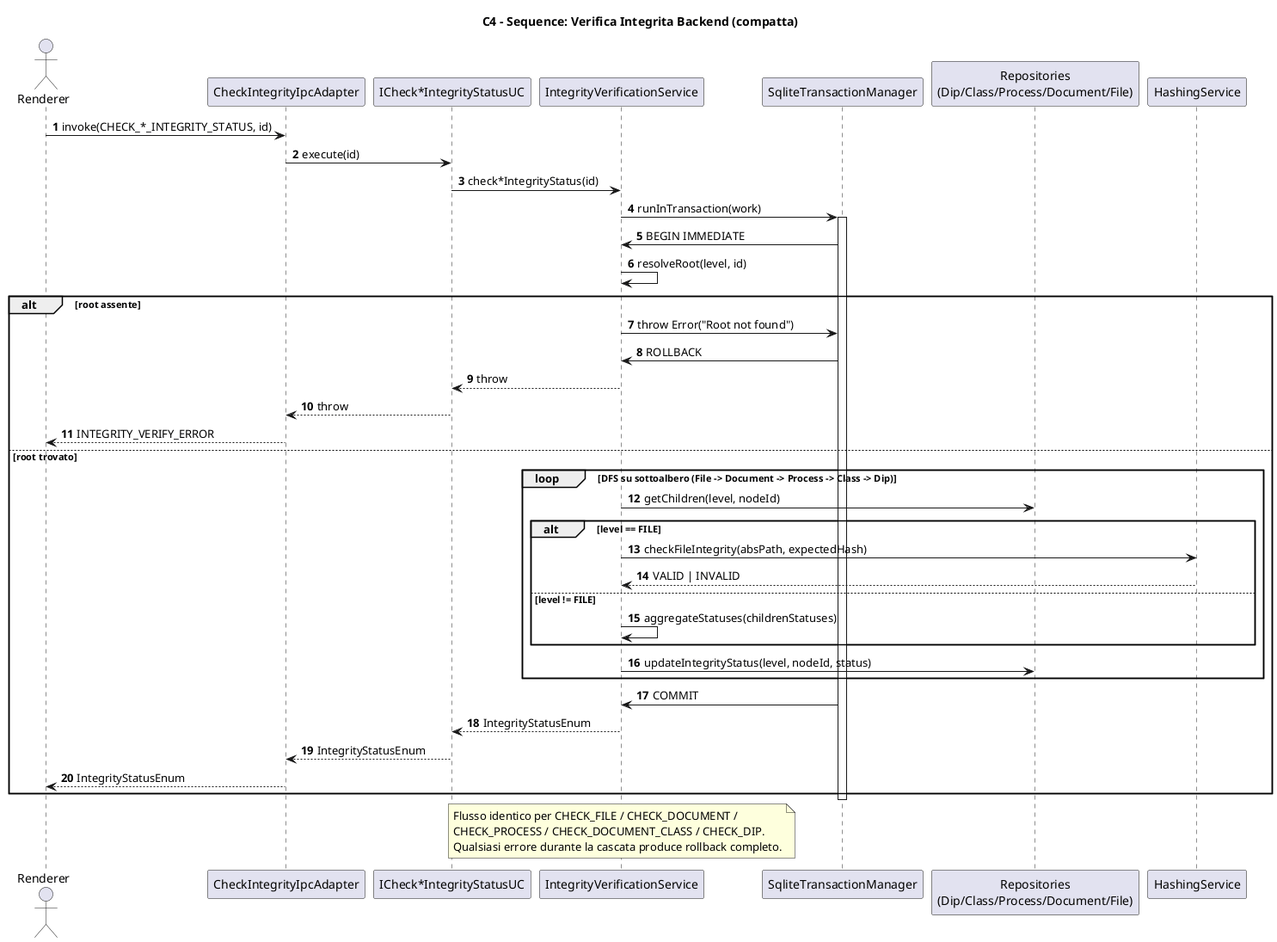
Before: assets/outDiagrammiST/C4_Integrity_Verification_Sequence.png, a diagram exported from PlantUML (7-ZPUs/Docs). Source of this version:
```plantuml
@startuml C4_Integrity_Verification_Sequence

title C4 - Sequence: Verifica Integrita Backend (compatta)

autonumber

actor Renderer
participant "CheckIntegrityIpcAdapter" as Adapter
participant "ICheck*IntegrityStatusUC" as UseCase
participant "IntegrityVerificationService" as Service
participant "SqliteTransactionManager" as Tx
participant "Repositories\n(Dip/Class/Process/Document/File)" as Repos
participant "HashingService" as Hash

Renderer -> Adapter: invoke(CHECK_*_INTEGRITY_STATUS, id)
Adapter -> UseCase: execute(id)
UseCase -> Service: check*IntegrityStatus(id)

Service -> Tx: runInTransaction(work)
activate Tx
Tx -> Service: BEGIN IMMEDIATE

Service -> Service: resolveRoot(level, id)
alt root assente
  Service -> Tx: throw Error("Root not found")
  Tx -> Service: ROLLBACK
  Service --> UseCase: throw
  UseCase --> Adapter: throw
  Adapter --> Renderer: INTEGRITY_VERIFY_ERROR
else root trovato
  loop DFS su sottoalbero (File -> Document -> Process -> Class -> Dip)
    Service -> Repos: getChildren(level, nodeId)
    alt level == FILE
      Service -> Hash: checkFileIntegrity(absPath, expectedHash)
      Hash --> Service: VALID | INVALID
    else level != FILE
      Service -> Service: aggregateStatuses(childrenStatuses)
    end
    Service -> Repos: updateIntegrityStatus(level, nodeId, status)
  end

  Tx -> Service: COMMIT
  Service --> UseCase: IntegrityStatusEnum
  UseCase --> Adapter: IntegrityStatusEnum
  Adapter --> Renderer: IntegrityStatusEnum
end

deactivate Tx

note over Service
  Flusso identico per CHECK_FILE / CHECK_DOCUMENT /
  CHECK_PROCESS / CHECK_DOCUMENT_CLASS / CHECK_DIP.
  Qualsiasi errore durante la cascata produce rollback completo.
end note

@enduml
```
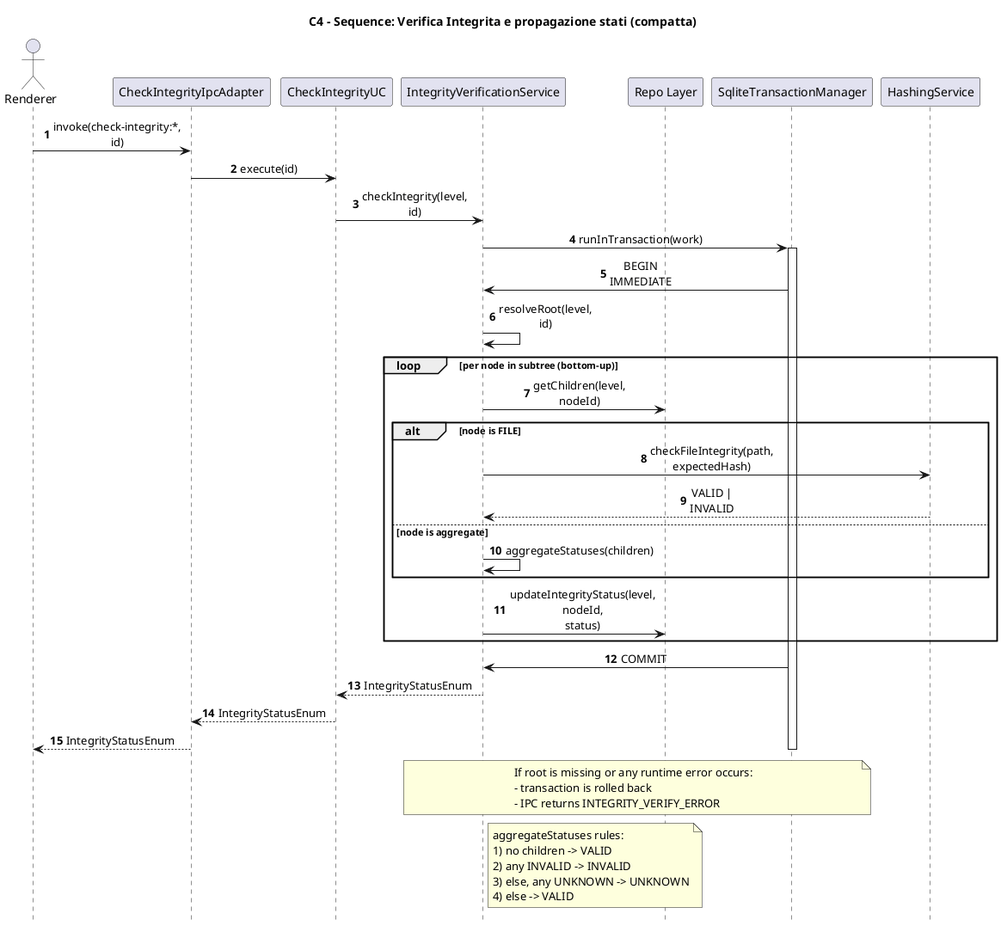
After the change.

The edit, as a diff of the source:
```diff
@@ -1,56 +1,59 @@
 @startuml C4_Integrity_Verification_Sequence
 
-title C4 - Sequence: Verifica Integrita Backend (compatta)
+title C4 - Sequence: Verifica Integrita e propagazione stati (compatta)
 
 autonumber
+hide footbox
+skinparam sequenceMessageAlign center
+skinparam maxMessageSize 80
 
-actor Renderer
-participant "CheckIntegrityIpcAdapter" as Adapter
-participant "ICheck*IntegrityStatusUC" as UseCase
-participant "IntegrityVerificationService" as Service
+actor Renderer as UI
+participant "CheckIntegrityIpcAdapter" as IPC
+participant "CheckIntegrityUC" as UC
+participant "IntegrityVerificationService" as VerifySvc
+participant "Repo Layer" as Repo
 participant "SqliteTransactionManager" as Tx
-participant "Repositories\n(Dip/Class/Process/Document/File)" as Repos
 participant "HashingService" as Hash
 
-Renderer -> Adapter: invoke(CHECK_*_INTEGRITY_STATUS, id)
-Adapter -> UseCase: execute(id)
-UseCase -> Service: check*IntegrityStatus(id)
+UI -> IPC: invoke(check-integrity:*, id)
+IPC -> UC: execute(id)
+UC -> VerifySvc: checkIntegrity(level, id)
 
-Service -> Tx: runInTransaction(work)
+VerifySvc -> Tx: runInTransaction(work)
 activate Tx
-Tx -> Service: BEGIN IMMEDIATE
+Tx -> VerifySvc: BEGIN IMMEDIATE
 
-Service -> Service: resolveRoot(level, id)
-alt root assente
-  Service -> Tx: throw Error("Root not found")
-  Tx -> Service: ROLLBACK
-  Service --> UseCase: throw
-  UseCase --> Adapter: throw
-  Adapter --> Renderer: INTEGRITY_VERIFY_ERROR
-else root trovato
-  loop DFS su sottoalbero (File -> Document -> Process -> Class -> Dip)
-    Service -> Repos: getChildren(level, nodeId)
-    alt level == FILE
-      Service -> Hash: checkFileIntegrity(absPath, expectedHash)
-      Hash --> Service: VALID | INVALID
-    else level != FILE
-      Service -> Service: aggregateStatuses(childrenStatuses)
-    end
-    Service -> Repos: updateIntegrityStatus(level, nodeId, status)
+VerifySvc -> VerifySvc: resolveRoot(level, id)
+loop per node in subtree (bottom-up)
+  VerifySvc -> Repo: getChildren(level, nodeId)
+  alt node is FILE
+    VerifySvc -> Hash: checkFileIntegrity(path, expectedHash)
+    Hash --> VerifySvc: VALID | INVALID
+  else node is aggregate
+    VerifySvc -> VerifySvc: aggregateStatuses(children)
   end
+  VerifySvc -> Repo: updateIntegrityStatus(level, nodeId, status)
+end
 
-  Tx -> Service: COMMIT
-  Service --> UseCase: IntegrityStatusEnum
-  UseCase --> Adapter: IntegrityStatusEnum
-  Adapter --> Renderer: IntegrityStatusEnum
-end
+Tx -> VerifySvc: COMMIT
+VerifySvc --> UC: IntegrityStatusEnum
+UC --> IPC: IntegrityStatusEnum
+IPC --> UI: IntegrityStatusEnum
 
 deactivate Tx
 
-note over Service
-  Flusso identico per CHECK_FILE / CHECK_DOCUMENT /
-  CHECK_PROCESS / CHECK_DOCUMENT_CLASS / CHECK_DIP.
-  Qualsiasi errore durante la cascata produce rollback completo.
+note over VerifySvc, Tx
+If root is missing or any runtime error occurs:
+- transaction is rolled back
+- IPC returns INTEGRITY_VERIFY_ERROR
+end note
+
+note right of VerifySvc
+  aggregateStatuses rules:
+  1) no children -> VALID
+  2) any INVALID -> INVALID
+  3) else, any UNKNOWN -> UNKNOWN
+  4) else -> VALID
 end note
 
 @enduml
```
